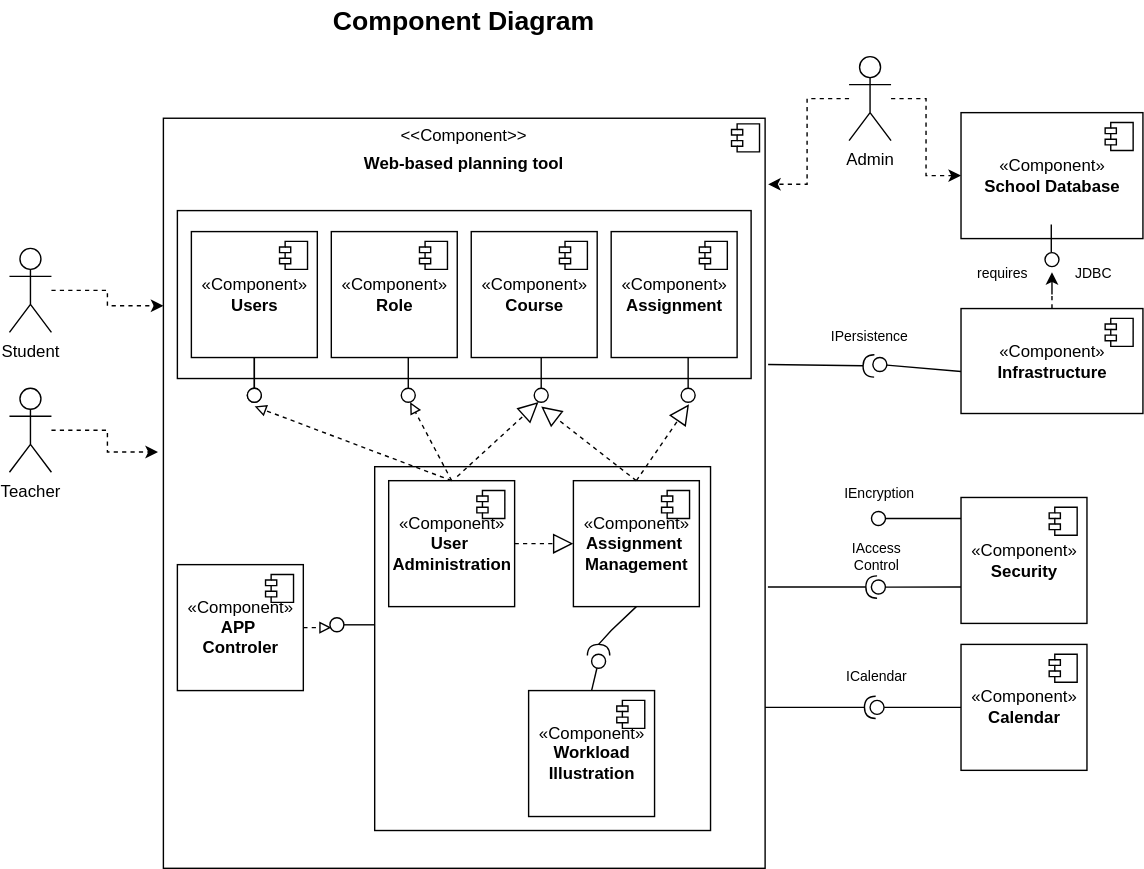
The draw.io diagram diagrams/Componentdiagram.svg in die-drei-fragezeichen/eXama, before a commit. Source tidied: cells renumbered, new cells last; positions are measured from the earlier drawing's top-left corner, leaving out a move shared by most shapes.
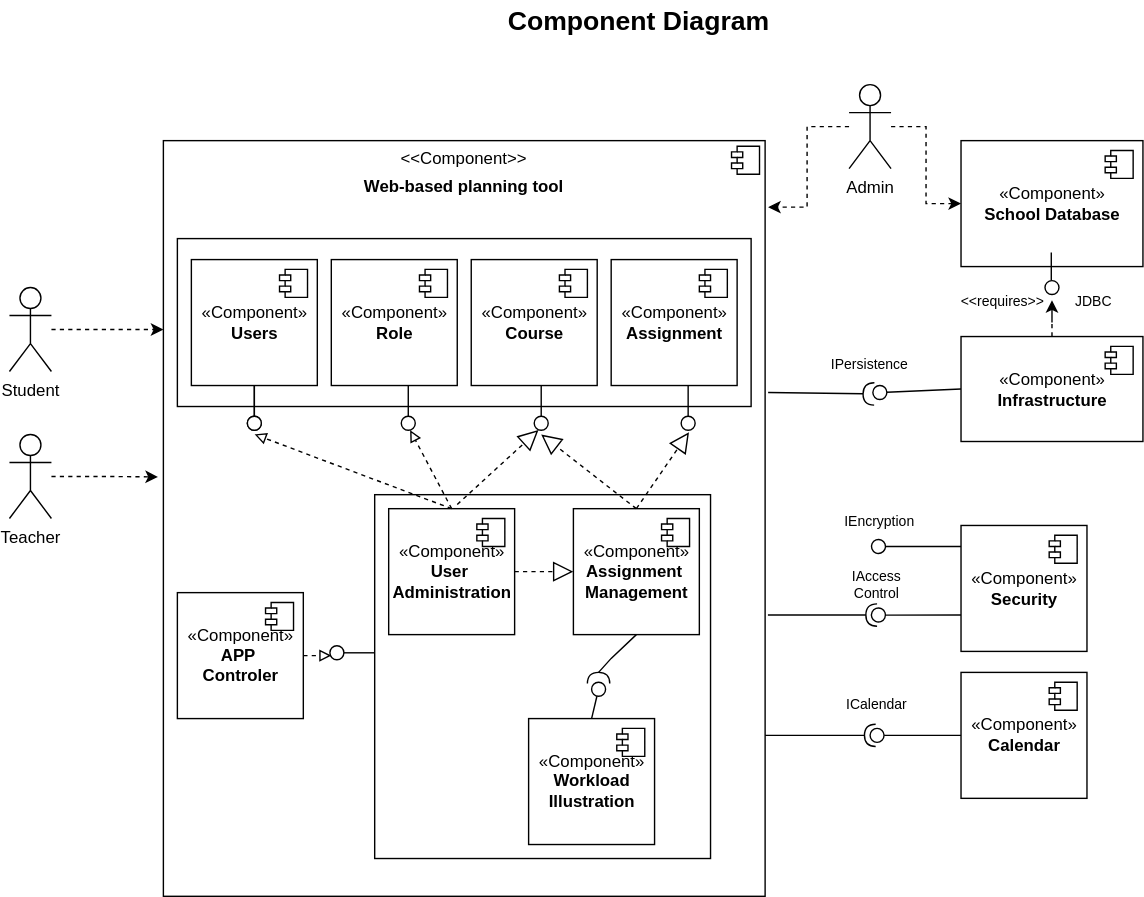
Above is the later version.

The edit, as a diff of the source:
```diff
@@ -3,7 +3,7 @@
     <mxCell id="0" />
     <mxCell id="1" parent="0" />
     <mxCell id="2" value="&lt;p style=&quot;margin: 0px ; margin-top: 6px ; text-align: center&quot;&gt;&amp;lt;&amp;lt;Component&amp;gt;&amp;gt;&lt;/p&gt;&lt;p style=&quot;margin: 0px ; margin-top: 6px ; text-align: center&quot;&gt;&lt;b&gt;Web-based planning tool&lt;/b&gt;&lt;/p&gt;" style="align=left;overflow=fill;html=1;" parent="1" vertex="1">
-      <mxGeometry x="110" y="84" width="430" height="536" as="geometry" />
+      <mxGeometry x="110" y="80" width="430" height="540" as="geometry" />
     </mxCell>
     <mxCell id="3" style="shape=component;jettyWidth=8;jettyHeight=4;" parent="2" vertex="1">
       <mxGeometry x="1" width="20" height="20" relative="1" as="geometry">
@@ -25,16 +25,18 @@
       <mxGeometry relative="1" as="geometry" />
     </mxCell>
     <mxCell id="8" value="Student" style="shape=umlActor;verticalLabelPosition=bottom;verticalAlign=top;html=1;" parent="1" vertex="1">
-      <mxGeometry y="177" width="30" height="60" as="geometry" />
+      <mxGeometry y="185" width="30" height="60" as="geometry" />
     </mxCell>
     <mxCell id="9" style="edgeStyle=orthogonalEdgeStyle;rounded=0;jettySize=auto;html=1;entryX=-0.009;entryY=0.445;entryDx=0;entryDy=0;entryPerimeter=0;dashed=1;" parent="1" edge="1" source="10" target="2">
       <mxGeometry relative="1" as="geometry" />
     </mxCell>
     <mxCell id="10" value="Teacher" style="shape=umlActor;verticalLabelPosition=bottom;verticalAlign=top;html=1;" parent="1" vertex="1">
-      <mxGeometry y="277" width="30" height="60" as="geometry" />
+      <mxGeometry y="290" width="30" height="60" as="geometry" />
     </mxCell>
-    <mxCell id="11" style="rounded=0;jettySize=auto;html=1;endArrow=none;endFill=0;exitX=0;exitY=0.6;exitDx=0;exitDy=0;exitPerimeter=0;" parent="1" edge="1" source="42" target="13">
-      <mxGeometry relative="1" as="geometry" />
+    <mxCell id="11" style="rounded=0;jettySize=auto;html=1;endArrow=none;endFill=0;exitX=0;exitY=0.5;exitDx=0;exitDy=0;" parent="1" edge="1" source="42">
+      <mxGeometry relative="1" as="geometry">
+        <mxPoint x="627" y="259.8" as="targetPoint" />
+      </mxGeometry>
     </mxCell>
     <mxCell id="12" style="rounded=0;orthogonalLoop=1;jettySize=auto;html=1;endArrow=halfCircle;endFill=0;endSize=6;strokeWidth=1;exitX=1.005;exitY=0.353;exitDx=0;exitDy=0;exitPerimeter=0;entryX=0.1;entryY=0.6;entryDx=0;entryDy=0;entryPerimeter=0;" parent="1" edge="1">
       <mxGeometry relative="1" as="geometry">
@@ -46,7 +48,7 @@
       <mxGeometry x="617" y="255" width="10" height="10" as="geometry" />
     </mxCell>
     <mxCell id="14" value="Component Diagram" style="text;align=center;fontStyle=1;verticalAlign=middle;spacingLeft=3;spacingRight=3;strokeColor=none;fontSize=19;" parent="1" vertex="1">
-      <mxGeometry x="285" width="80" height="26" as="geometry" />
+      <mxGeometry x="410" y="-20" width="80" height="26" as="geometry" />
     </mxCell>
     <mxCell id="15" value="«Component»&lt;br&gt;&lt;b&gt;Assignment&lt;/b&gt;" style="html=1;" parent="1" vertex="1">
       <mxGeometry x="430" y="165" width="90" height="90" as="geometry" />
@@ -174,7 +176,7 @@
     <mxCell id="46" style="ellipse;whiteSpace=wrap;html=1;fontFamily=Helvetica;fontSize=12;fontColor=#000000;align=center;strokeColor=#000000;fillColor=#ffffff;points=[];" parent="1" vertex="1">
       <mxGeometry x="740" y="180" width="10" height="10" as="geometry" />
     </mxCell>
-    <mxCell id="47" value="requires" style="text;html=1;strokeColor=none;fillColor=none;align=center;verticalAlign=middle;whiteSpace=wrap;rounded=0;fontSize=10;" parent="1" vertex="1">
+    <mxCell id="47" value="&amp;lt;&amp;lt;requires&amp;gt;&amp;gt;" style="text;html=1;strokeColor=none;fillColor=none;align=center;verticalAlign=middle;whiteSpace=wrap;rounded=0;fontSize=10;" parent="1" vertex="1">
       <mxGeometry x="690" y="185" width="40" height="20" as="geometry" />
     </mxCell>
     <mxCell id="48" value="JDBC" style="text;html=1;strokeColor=none;fillColor=none;align=center;verticalAlign=middle;whiteSpace=wrap;rounded=0;fontSize=10;" parent="1" vertex="1">
@@ -184,7 +186,12 @@
       <mxGeometry relative="1" as="geometry" />
     </mxCell>
     <mxCell id="50" style="edgeStyle=orthogonalEdgeStyle;rounded=0;jettySize=auto;html=1;entryX=1.005;entryY=0.088;entryDx=0;entryDy=0;entryPerimeter=0;dashed=1;fontSize=10;" parent="1" edge="1" source="51" target="2">
-      <mxGeometry relative="1" as="geometry" />
+      <mxGeometry relative="1" as="geometry">
+        <Array as="points">
+          <mxPoint x="570" y="70" />
+          <mxPoint x="570" y="128" />
+        </Array>
+      </mxGeometry>
     </mxCell>
     <mxCell id="51" value="Admin" style="shape=umlActor;verticalLabelPosition=bottom;verticalAlign=top;html=1;" parent="1" vertex="1">
       <mxGeometry x="600" y="40" width="30" height="60" as="geometry" />
```
